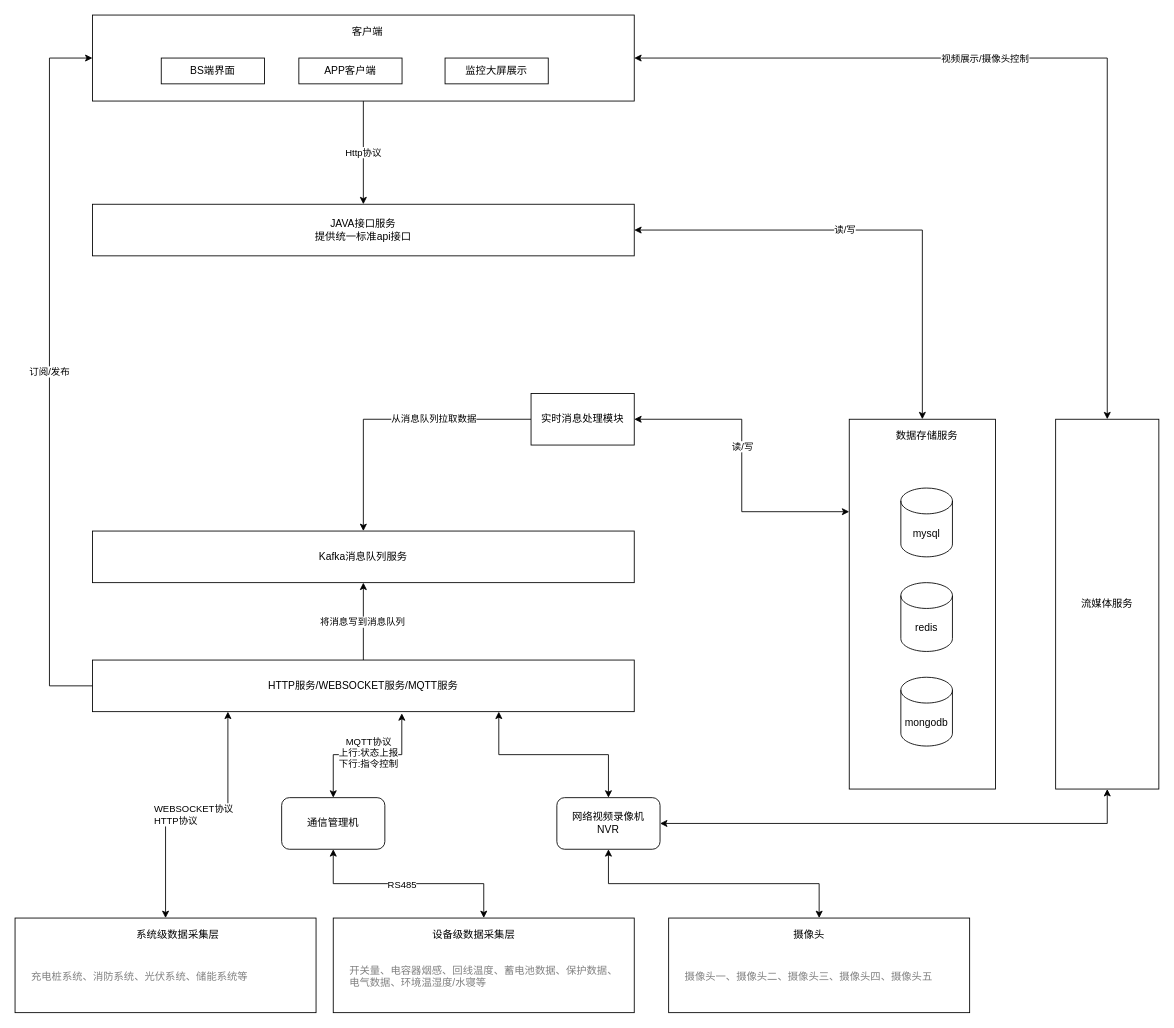
wangyufei0807/draw keeps this draw.io diagram as 上海金桥项目架构分解图.drawio. Above is the earlier version. Source tidied: cells renumbered, new cells numbered last; positions are measured from the earlier drawing's top-left corner, leaving out a move shared by most shapes. Both pictures are drawn from the tidied source at 86%, with x=0, y=0 at pixel (15, 15).
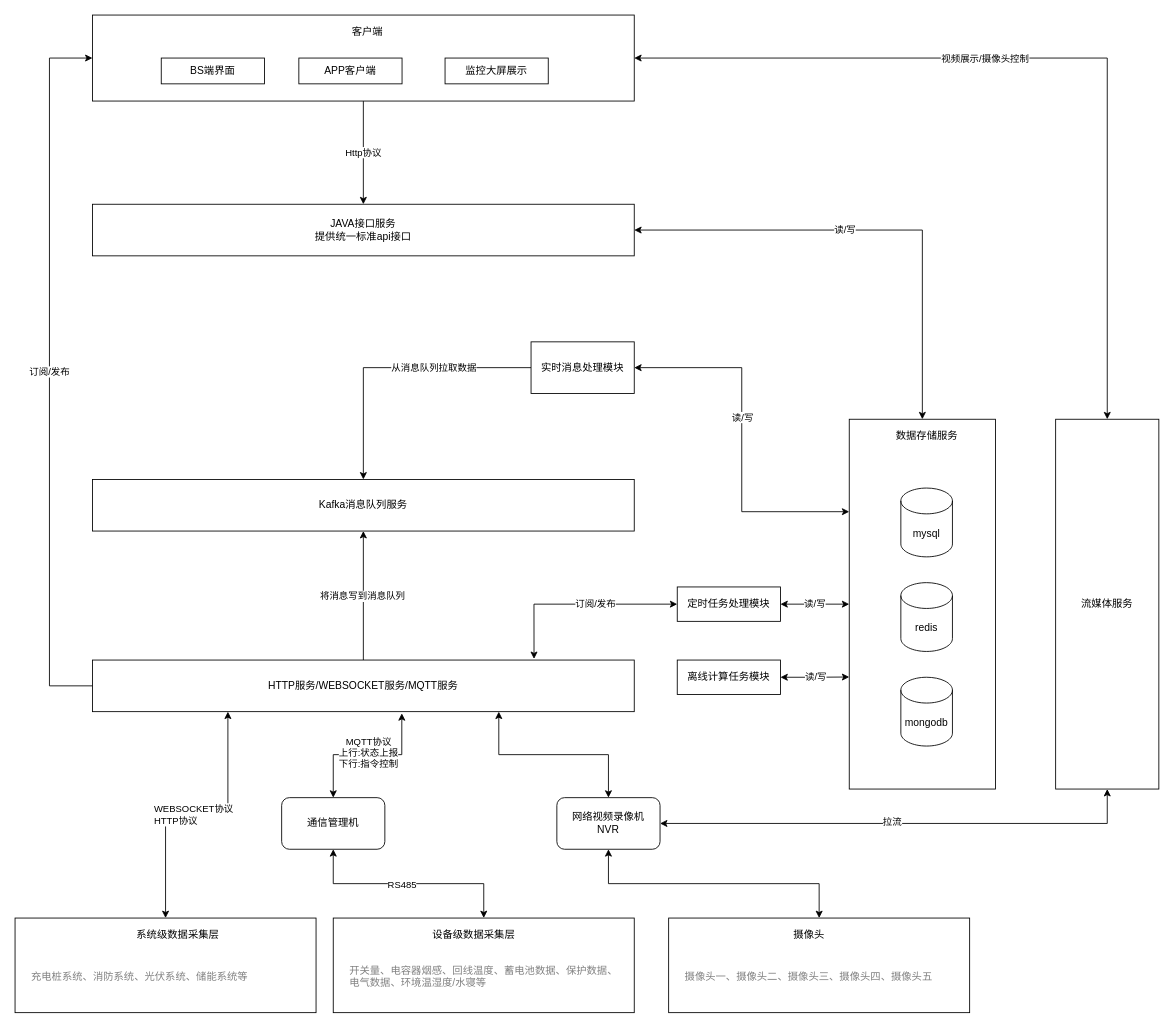
The same diagram, later.

Commit message:
Update 上海金桥项目架构分解图.drawio

Unchanged cells that the change refers to:
```xml
<mxCell id="8" value="HTTP服务/WEBSOCKET服务/MQTT服务" style="rounded=0;whiteSpace=wrap;html=1;" parent="1" vertex="1">
  <mxGeometry x="90" y="750" width="630" height="60" as="geometry" />
</mxCell>
<mxCell id="16" style="rounded=0;whiteSpace=wrap;html=1;" parent="15" vertex="1">
  <mxGeometry x="30" width="170" height="430" as="geometry" />
</mxCell>
<mxCell id="50" style="edgeStyle=orthogonalEdgeStyle;rounded=0;jettySize=auto;html=1;exitX=1;exitY=0.5;exitDx=0;exitDy=0;entryX=0.5;entryY=1;entryDx=0;entryDy=0;startArrow=classic;startFill=1;endArrow=classic;endFill=1;fontColor=#000000;" parent="1" edge="1" source="51" target="44">
  <mxGeometry relative="1" as="geometry" />
</mxCell>
```

Change to the diagram source:
```diff
@@
     <mxCell id="14" value="Kafka消息队列服务" style="rounded=0;whiteSpace=wrap;html=1;" parent="1" vertex="1">
-      <mxGeometry x="90" y="600" width="630" height="60" as="geometry" />
+      <mxGeometry x="90" y="540" width="630" height="60" as="geometry" />
     </mxCell>
@@
     <mxCell id="25" value="实时消息处理模块" style="rounded=0;whiteSpace=wrap;html=1;" parent="1" vertex="1">
-      <mxGeometry x="600" y="440" width="120" height="60" as="geometry" />
+      <mxGeometry x="600" y="380" width="120" height="60" as="geometry" />
     </mxCell>
@@
+    <mxCell id="53" value="拉流" style="edgeLabel;html=1;align=center;verticalAlign=middle;" parent="50" vertex="1">
+      <mxGeometry x="-0.04" y="3" relative="1" as="geometry" />
+    </mxCell>
@@
+    <mxCell id="54" value="读/写" style="edgeStyle=orthogonalEdgeStyle;rounded=0;jettySize=auto;html=1;exitX=1;exitY=0.5;exitDx=0;exitDy=0;startArrow=classic;startFill=1;" parent="1" edge="1" source="57" target="16">
+      <mxGeometry relative="1" as="geometry" />
+    </mxCell>
+    <mxCell id="55" style="edgeStyle=orthogonalEdgeStyle;rounded=0;jettySize=auto;html=1;exitX=0;exitY=0.5;exitDx=0;exitDy=0;entryX=0.815;entryY=-0.022;entryDx=0;entryDy=0;entryPerimeter=0;startArrow=classic;startFill=1;" parent="1" edge="1" source="57" target="8">
+      <mxGeometry relative="1" as="geometry" />
+    </mxCell>
+    <mxCell id="56" value="订阅/发布" style="edgeLabel;html=1;align=center;verticalAlign=middle;" parent="55" vertex="1">
+      <mxGeometry x="-0.17" y="-1" relative="1" as="geometry" />
+    </mxCell>
+    <mxCell id="57" value="定时任务处理模块" style="rounded=0;whiteSpace=wrap;html=1;" parent="1" vertex="1">
+      <mxGeometry x="770" y="665" width="120" height="40" as="geometry" />
+    </mxCell>
+    <mxCell id="58" style="edgeStyle=orthogonalEdgeStyle;rounded=0;jettySize=auto;html=1;exitX=1;exitY=0.5;exitDx=0;exitDy=0;entryX=0;entryY=0.697;entryDx=0;entryDy=0;entryPerimeter=0;startArrow=classic;startFill=1;" parent="1" edge="1" source="60" target="16">
+      <mxGeometry relative="1" as="geometry" />
+    </mxCell>
+    <mxCell id="59" value="读/写" style="edgeLabel;html=1;align=center;verticalAlign=middle;" parent="58" vertex="1">
+      <mxGeometry x="0.02" relative="1" as="geometry" />
+    </mxCell>
+    <mxCell id="60" value="离线计算任务模块" style="rounded=0;whiteSpace=wrap;html=1;" parent="1" vertex="1">
+      <mxGeometry x="770" y="750" width="120" height="40" as="geometry" />
+    </mxCell>
```
